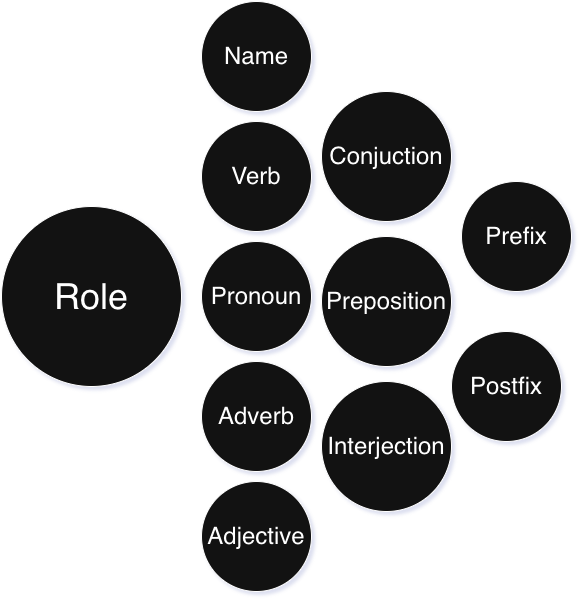
The draw.io diagram design/role.png in kashanimorteza/english_document, before a commit. Source tidied: cells renumbered, new cells last; positions are measured from the earlier drawing's top-left corner, leaving out a move shared by most shapes.
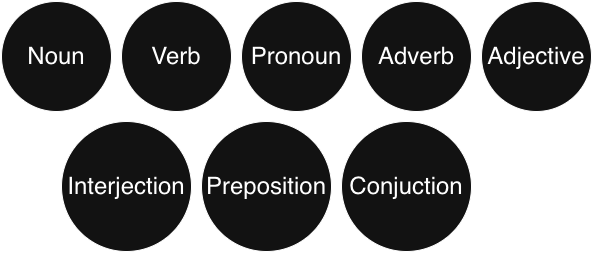
After the commit.

Diff of the diagram source:
```diff
@@ -2,38 +2,29 @@
   <root>
     <mxCell id="0" />
     <mxCell id="1" parent="0" />
-    <mxCell id="2" value="&lt;font style=&quot;font-size: 36px;&quot;&gt;Role&lt;/font&gt;" style="ellipse;whiteSpace=wrap;html=1;" parent="1" vertex="1">
-      <mxGeometry y="205" width="180" height="180" as="geometry" />
-    </mxCell>
     <mxCell id="3" value="Adjective" style="ellipse;whiteSpace=wrap;html=1;fontSize=24;" parent="1" vertex="1">
-      <mxGeometry x="200" y="480" width="110" height="110" as="geometry" />
+      <mxGeometry x="320" y="700" width="110" height="110" as="geometry" />
     </mxCell>
     <mxCell id="4" value="Pronoun" style="ellipse;whiteSpace=wrap;html=1;fontSize=24;" parent="1" vertex="1">
-      <mxGeometry x="200" y="240" width="110" height="110" as="geometry" />
+      <mxGeometry x="80" y="700" width="110" height="110" as="geometry" />
     </mxCell>
     <mxCell id="5" value="Verb" style="ellipse;whiteSpace=wrap;html=1;fontSize=24;" parent="1" vertex="1">
-      <mxGeometry x="200" y="120" width="110" height="110" as="geometry" />
+      <mxGeometry x="-40" y="700" width="110" height="110" as="geometry" />
     </mxCell>
     <mxCell id="6" value="Adverb" style="ellipse;whiteSpace=wrap;html=1;fontSize=24;" parent="1" vertex="1">
-      <mxGeometry x="200" y="360" width="110" height="110" as="geometry" />
+      <mxGeometry x="200" y="700" width="110" height="110" as="geometry" />
     </mxCell>
-    <mxCell id="7" value="Name" style="ellipse;whiteSpace=wrap;html=1;strokeColor=default;align=center;verticalAlign=middle;fontFamily=Helvetica;fontSize=24;fontColor=default;fillColor=default;" parent="1" vertex="1">
-      <mxGeometry x="200" width="110" height="110" as="geometry" />
+    <mxCell id="7" value="Noun" style="ellipse;whiteSpace=wrap;html=1;strokeColor=default;align=center;verticalAlign=middle;fontFamily=Helvetica;fontSize=24;fontColor=default;fillColor=default;" parent="1" vertex="1">
+      <mxGeometry x="-160" y="700" width="110" height="110" as="geometry" />
     </mxCell>
-    <mxCell id="8" value="&lt;span style=&quot;font-size: 24px;&quot;&gt;Prefix&lt;/span&gt;" style="ellipse;whiteSpace=wrap;html=1;" parent="1" vertex="1">
-      <mxGeometry x="460" y="180" width="110" height="110" as="geometry" />
-    </mxCell>
-    <mxCell id="9" value="Postfix" style="ellipse;whiteSpace=wrap;html=1;fontSize=24;" parent="1" vertex="1">
-      <mxGeometry x="450" y="330" width="110" height="110" as="geometry" />
-    </mxCell>
     <mxCell id="10" value="&lt;span&gt;Preposition&lt;/span&gt;" style="ellipse;whiteSpace=wrap;html=1;strokeColor=default;align=center;verticalAlign=middle;fontFamily=Helvetica;fontSize=24;fontColor=default;fillColor=default;" parent="1" vertex="1">
-      <mxGeometry x="320" y="235" width="130" height="130" as="geometry" />
+      <mxGeometry x="40" y="820" width="130" height="130" as="geometry" />
     </mxCell>
     <mxCell id="11" value="&lt;span&gt;Interjection&lt;/span&gt;" style="ellipse;whiteSpace=wrap;html=1;strokeColor=default;align=center;verticalAlign=middle;fontFamily=Helvetica;fontSize=24;fontColor=default;fillColor=default;" parent="1" vertex="1">
-      <mxGeometry x="320" y="380" width="130" height="130" as="geometry" />
+      <mxGeometry x="-100" y="820" width="130" height="130" as="geometry" />
     </mxCell>
     <mxCell id="12" value="&lt;span&gt;Conjuction&lt;/span&gt;" style="ellipse;whiteSpace=wrap;html=1;strokeColor=default;align=center;verticalAlign=middle;fontFamily=Helvetica;fontSize=24;fontColor=default;fillColor=default;" parent="1" vertex="1">
-      <mxGeometry x="320" y="90" width="130" height="130" as="geometry" />
+      <mxGeometry x="180" y="820" width="130" height="130" as="geometry" />
     </mxCell>
   </root>
 </mxGraphModel>
```
